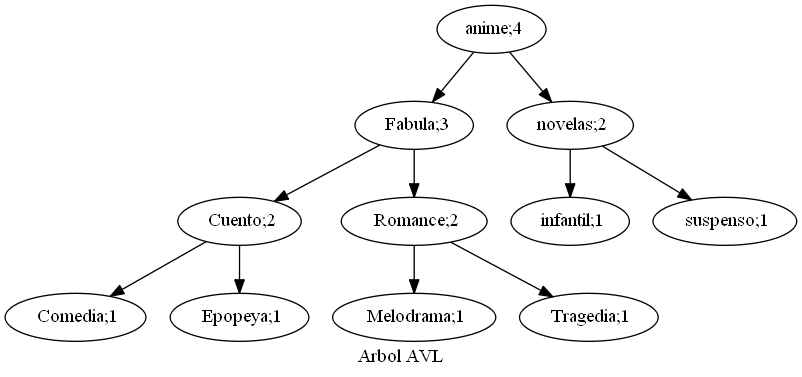
This is EDD_Proyecto2/Reportes/ArbolAVL.png from hr9457/EDD_1S2020_PY2_201314296, a Graphviz export, as it was before one commit. Its source is kept beside it as EDD_Proyecto2/ArchivosDot/ArbolAVL.dot.
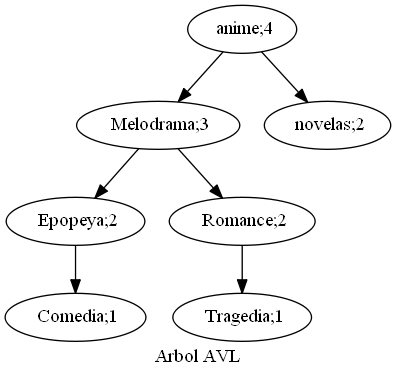
Later version of the same file.

What changed in the source:
```diff
@@ -1,26 +1,18 @@
 digraph arbolAVL{
 rankdir=TB;
 nodoanime[ label = " anime;4" ];
-nodoanime->nodoFabula;
-nodoFabula[ label = " Fabula;3" ];
-nodoFabula->nodoCuento;
-nodoCuento[ label = " Cuento;2" ];
-nodoCuento->nodoComedia;
+nodoanime->nodoMelodrama;
+nodoMelodrama[ label = " Melodrama;3" ];
+nodoMelodrama->nodoEpopeya;
+nodoEpopeya[ label = " Epopeya;2" ];
+nodoEpopeya->nodoComedia;
 nodoComedia[ label = " Comedia;1" ];
-nodoCuento->nodoEpopeya;
-nodoEpopeya[ label = " Epopeya;1" ];
-nodoFabula->nodoRomance;
+nodoMelodrama->nodoRomance;
 nodoRomance[ label = " Romance;2" ];
-nodoRomance->nodoMelodrama;
-nodoMelodrama[ label = " Melodrama;1" ];
 nodoRomance->nodoTragedia;
 nodoTragedia[ label = " Tragedia;1" ];
 nodoanime->nodonovelas;
 nodonovelas[ label = " novelas;2" ];
-nodonovelas->nodoinfantil;
-nodoinfantil[ label = " infantil;1" ];
-nodonovelas->nodosuspenso;
-nodosuspenso[ label = " suspenso;1" ];
 
 label = " Arbol AVL ";
 }
```
